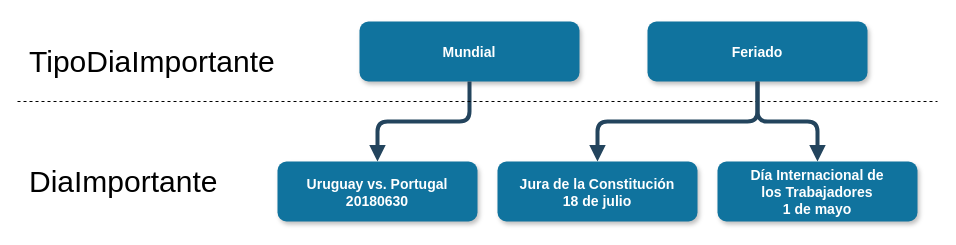
This is 2. Diseño conceptual/diasimportantes_example.drawio from gonzalomelov/dw-calidad-aire-docs, a draw.io file, before an edit. Source tidied: cells renumbered, new cells numbered last; positions are measured from the earlier drawing's top-left corner, leaving out a move shared by most shapes. Both pictures are drawn from the tidied source at 100%, with x=0, y=0 at pixel (17, 21).
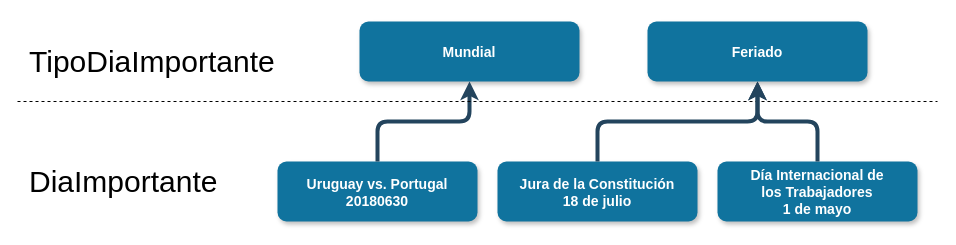
After the change.

What changed in the source:
```diff
@@
 <mxGraphModel background="#ffffff">
   <root>
     <mxCell id="0" />
     <mxCell id="1" parent="0" />
     <mxCell id="2" value="Mundial" style="rounded=1;fillColor=#10739E;strokeColor=none;shadow=1;gradientColor=none;fontStyle=1;fontColor=#FFFFFF;fontSize=14;" parent="1" vertex="1">
       <mxGeometry x="342" width="220" height="60" as="geometry" />
     </mxCell>
     <mxCell id="3" value="Uruguay vs. Portugal&#10;20180630" style="rounded=1;fillColor=#10739E;strokeColor=none;shadow=1;gradientColor=none;fontStyle=1;fontColor=#FFFFFF;fontSize=14;" parent="1" vertex="1">
       <mxGeometry x="260" y="140" width="200" height="60" as="geometry" />
     </mxCell>
     <mxCell id="4" value="Jura de la Constitución&#10;18 de julio" style="rounded=1;fillColor=#10739E;strokeColor=none;shadow=1;gradientColor=none;fontStyle=1;fontColor=#FFFFFF;fontSize=14;" parent="1" vertex="1">
       <mxGeometry x="480" y="140" width="200" height="60" as="geometry" />
     </mxCell>
-    <mxCell id="5" style="edgeStyle=elbowEdgeStyle;elbow=vertical;strokeWidth=4;endArrow=block;endFill=1;fontStyle=1;strokeColor=#23445D;exitX=0.5;exitY=1;exitDx=0;exitDy=0;" parent="1" edge="1" source="10" target="4">
+    <mxCell id="5" style="edgeStyle=elbowEdgeStyle;elbow=vertical;strokeWidth=4;endArrow=none;endFill=0;fontStyle=1;strokeColor=#23445D;exitX=0.5;exitY=1;exitDx=0;exitDy=0;startArrow=classic;startFill=1;" parent="1" edge="1" source="10" target="4">
       <mxGeometry x="-178" y="370" as="geometry" />
     </mxCell>
-    <mxCell id="6" style="edgeStyle=elbowEdgeStyle;elbow=vertical;strokeWidth=4;endArrow=block;endFill=1;fontStyle=1;strokeColor=#23445D;" parent="1" edge="1" source="2" target="3">
+    <mxCell id="6" style="edgeStyle=elbowEdgeStyle;elbow=vertical;strokeWidth=4;endArrow=none;endFill=0;fontStyle=1;strokeColor=#23445D;startArrow=classic;startFill=1;" parent="1" edge="1" source="2" target="3">
       <mxGeometry x="-178" y="370" as="geometry" />
     </mxCell>
     <mxCell id="7" style="endArrow=none;dashed=1;html=1;" parent="1" edge="1">
       <mxGeometry relative="1" as="geometry">
         <mxPoint y="80" as="sourcePoint" />
         <mxPoint x="920" y="80" as="targetPoint" />
       </mxGeometry>
     </mxCell>
     <mxCell id="8" value="&lt;span style=&quot;font-size: 30px&quot;&gt;Tipo&lt;/span&gt;&lt;span style=&quot;font-size: 30px&quot;&gt;DiaImportante&lt;/span&gt;" style="text;html=1;align=left;verticalAlign=top;spacingTop=-4;" parent="1" vertex="1">
       <mxGeometry x="10" y="20" width="260" height="20" as="geometry" />
     </mxCell>
     <mxCell id="9" value="&lt;span style=&quot;font-size: 30px&quot;&gt;DiaImportante&lt;/span&gt;" style="text;html=1;align=left;verticalAlign=top;spacingTop=-4;" parent="1" vertex="1">
       <mxGeometry x="10" y="140" width="200" height="20" as="geometry" />
     </mxCell>
     <mxCell id="10" value="Feriado" style="rounded=1;fillColor=#10739E;strokeColor=none;shadow=1;gradientColor=none;fontStyle=1;fontColor=#FFFFFF;fontSize=14;" parent="1" vertex="1">
       <mxGeometry x="630" width="220" height="60" as="geometry" />
     </mxCell>
     <mxCell id="11" value="Día Internacional de&#10;los Trabajadores&#10;1 de mayo" style="rounded=1;fillColor=#10739E;strokeColor=none;shadow=1;gradientColor=none;fontStyle=1;fontColor=#FFFFFF;fontSize=14;" parent="1" vertex="1">
       <mxGeometry x="700" y="140" width="200" height="60" as="geometry" />
     </mxCell>
-    <mxCell id="12" style="edgeStyle=elbowEdgeStyle;elbow=vertical;strokeWidth=4;endArrow=block;endFill=1;fontStyle=1;strokeColor=#23445D;entryX=0.5;entryY=0;entryDx=0;entryDy=0;exitX=0.5;exitY=1;exitDx=0;exitDy=0;" parent="1" edge="1" source="10" target="11">
+    <mxCell id="12" style="edgeStyle=elbowEdgeStyle;elbow=vertical;strokeWidth=4;endArrow=none;endFill=0;fontStyle=1;strokeColor=#23445D;entryX=0.5;entryY=0;entryDx=0;entryDy=0;exitX=0.5;exitY=1;exitDx=0;exitDy=0;startArrow=classic;startFill=1;" parent="1" edge="1" source="10" target="11">
       <mxGeometry x="-168" y="380" as="geometry" />
     </mxCell>
   </root>
 </mxGraphModel>
```
